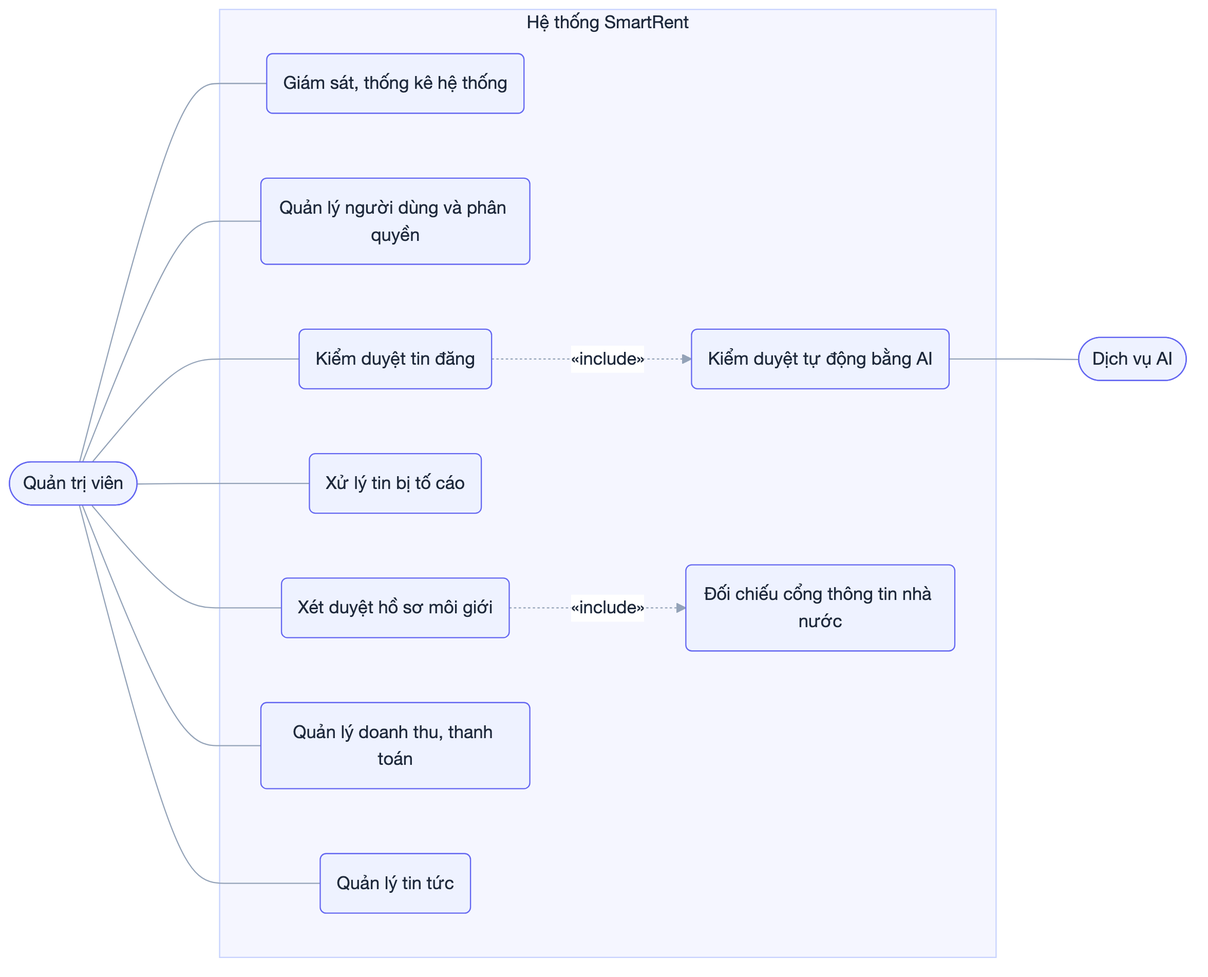
huynhtranty/smartrent-report keeps this Mermaid diagram as diagrams/usecase/png/03-quan-tri-vien.png. Above is the earlier version. Its source is kept beside it as diagrams/usecase/src/03-quan-tri-vien.mmd.
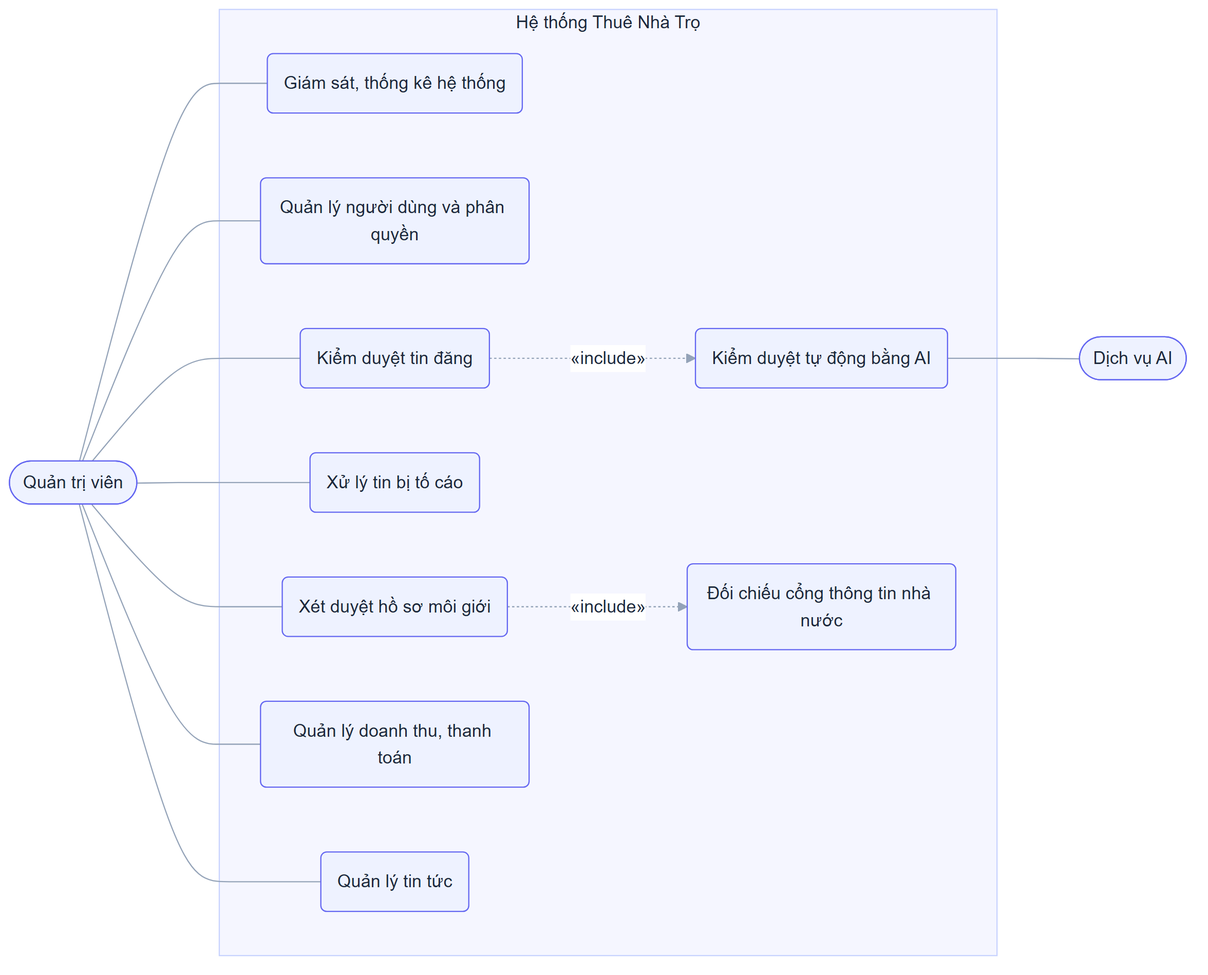
The same file after the commit.

What changed in the source:
```diff
@@ -1,6 +1,6 @@
 flowchart LR
  QT(["Quản trị viên"])
- subgraph HT["Hệ thống SmartRent"]
+ subgraph HT["Hệ thống Thuê Nhà Trọ"]
   direction TB
   A1("Giám sát, thống kê hệ thống")
   A2("Quản lý người dùng và phân quyền")
```
